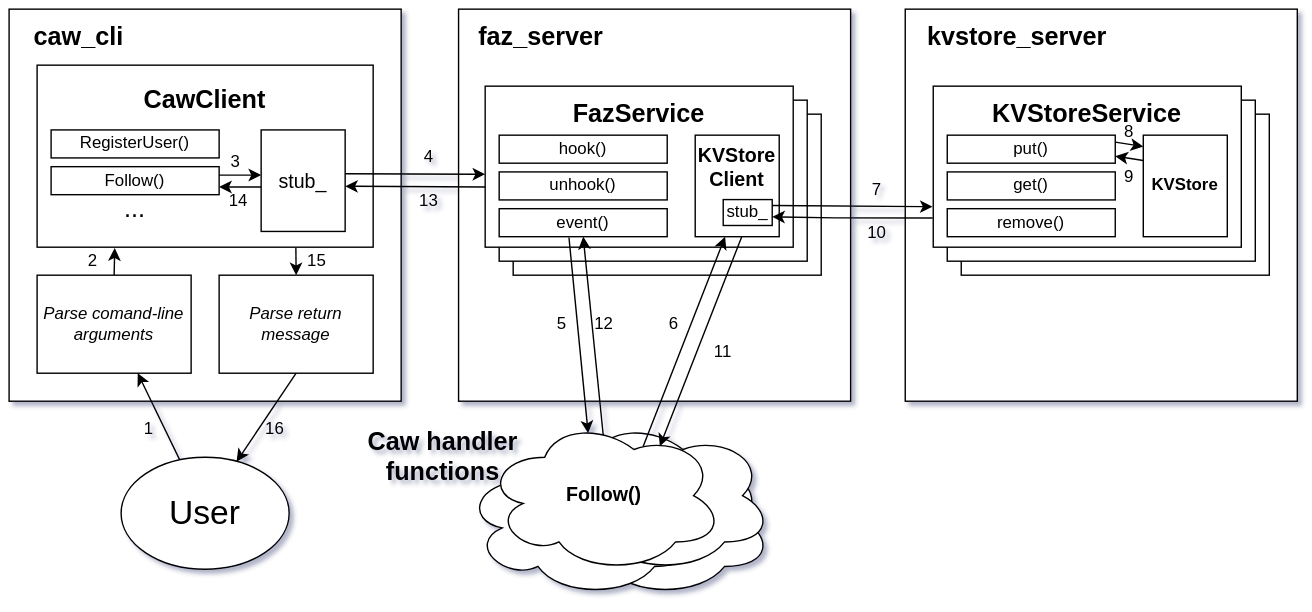
Earlier version of the draw.io export images/arch_and_workflow.svg (JanzenLiu/csci499_chengtsu). Source tidied: cells renumbered, new cells last; positions are measured from the earlier drawing's top-left corner, leaving out a move shared by most shapes.
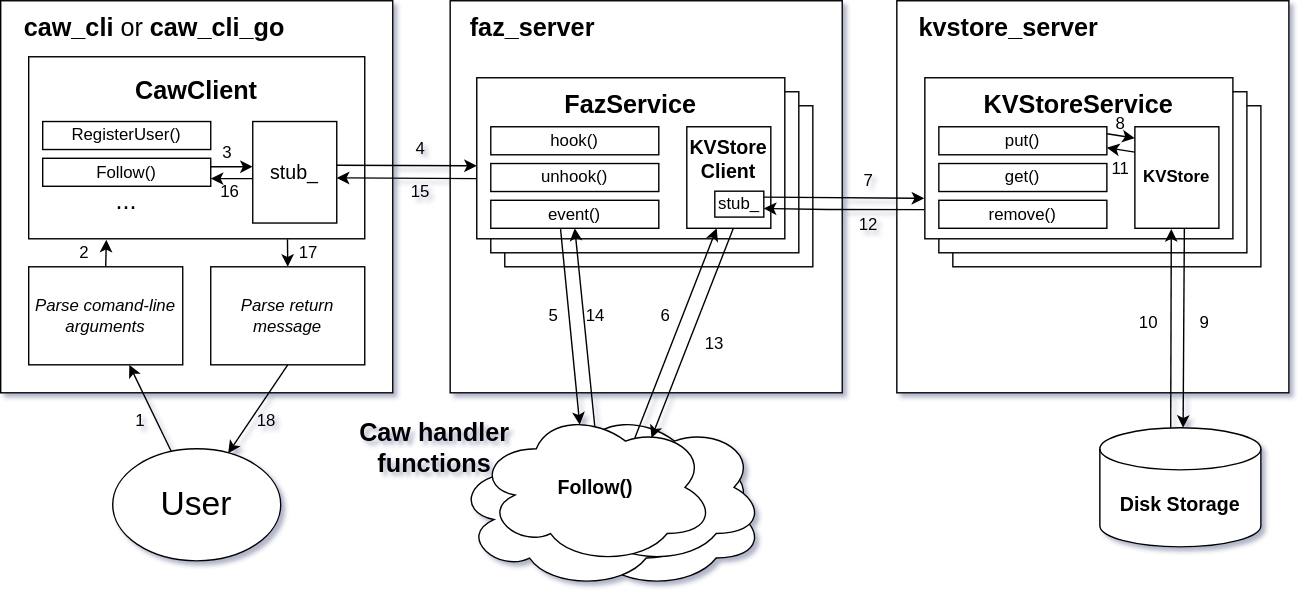
After the commit.

Diff of the diagram source:
```diff
@@ -17,8 +17,8 @@
     <mxCell id="6" style="rounded=0;whiteSpace=wrap;html=1;" parent="1" vertex="1">
       <mxGeometry x="20" y="40" width="240" height="130" as="geometry" />
     </mxCell>
-    <mxCell id="7" value="&lt;font style=&quot;font-size: 18px&quot;&gt;&lt;b&gt;caw_cli&lt;/b&gt;&lt;/font&gt;" style="text;html=1;strokeColor=none;fillColor=none;align=center;verticalAlign=middle;whiteSpace=wrap;rounded=0;" parent="1" vertex="1">
-      <mxGeometry x="20" y="10" width="60" height="20" as="geometry" />
+    <mxCell id="7" value="&lt;font style=&quot;font-size: 18px&quot;&gt;&lt;b&gt;caw_cli &lt;/b&gt;or&lt;b&gt; caw_cli_go&lt;/b&gt;&lt;/font&gt;" style="text;html=1;strokeColor=none;fillColor=none;align=center;verticalAlign=middle;whiteSpace=wrap;rounded=0;" parent="1" vertex="1">
+      <mxGeometry x="10" y="10" width="200" height="20" as="geometry" />
     </mxCell>
     <mxCell id="8" value="&lt;font style=&quot;font-size: 14px&quot;&gt;stub_&lt;/font&gt;" style="rounded=0;whiteSpace=wrap;html=1;" parent="1" vertex="1">
       <mxGeometry x="180" y="86.2" width="60" height="72.5" as="geometry" />
@@ -92,6 +92,14 @@
     <mxCell id="30" style="edgeStyle=none;rounded=0;jettySize=auto;html=1;entryX=1;entryY=0.75;entryDx=0;entryDy=0;exitX=0;exitY=0.25;exitDx=0;exitDy=0;" parent="1" edge="1" source="31" target="34">
       <mxGeometry relative="1" as="geometry" />
     </mxCell>
+    <mxCell id="73" style="rounded=0;jettySize=auto;html=1;exitX=0.589;exitY=1.005;exitDx=0;exitDy=0;exitPerimeter=0;entryX=0.517;entryY=0;entryDx=0;entryDy=0;entryPerimeter=0;" parent="1" edge="1" source="31" target="75">
+      <mxGeometry relative="1" as="geometry" />
+    </mxCell>
+    <mxCell id="74" style="edgeStyle=none;rounded=0;jettySize=auto;html=1;entryX=0.44;entryY=-0.001;entryDx=0;entryDy=0;entryPerimeter=0;startArrow=classic;startFill=1;endArrow=none;endFill=0;" parent="1" edge="1" target="75">
+      <mxGeometry relative="1" as="geometry">
+        <mxPoint x="836" y="163" as="sourcePoint" />
+      </mxGeometry>
+    </mxCell>
     <mxCell id="31" value="&lt;b&gt;KVStore&lt;/b&gt;" style="rounded=0;whiteSpace=wrap;html=1;" parent="1" vertex="1">
       <mxGeometry x="810" y="90" width="60" height="72.5" as="geometry" />
     </mxCell>
@@ -213,28 +221,28 @@
     <mxCell id="62" value="8" style="text;html=1;strokeColor=none;fillColor=none;align=center;verticalAlign=middle;whiteSpace=wrap;rounded=0;" parent="1" vertex="1">
       <mxGeometry x="780" y="78.2" width="40" height="20" as="geometry" />
     </mxCell>
-    <mxCell id="63" value="9" style="text;html=1;strokeColor=none;fillColor=none;align=center;verticalAlign=middle;whiteSpace=wrap;rounded=0;" parent="1" vertex="1">
+    <mxCell id="63" value="11" style="text;html=1;strokeColor=none;fillColor=none;align=center;verticalAlign=middle;whiteSpace=wrap;rounded=0;" parent="1" vertex="1">
       <mxGeometry x="780" y="110" width="40" height="20" as="geometry" />
     </mxCell>
-    <mxCell id="64" value="10" style="text;html=1;strokeColor=none;fillColor=none;align=center;verticalAlign=middle;whiteSpace=wrap;rounded=0;" parent="1" vertex="1">
+    <mxCell id="64" value="12" style="text;html=1;strokeColor=none;fillColor=none;align=center;verticalAlign=middle;whiteSpace=wrap;rounded=0;" parent="1" vertex="1">
       <mxGeometry x="600" y="150" width="40" height="20" as="geometry" />
     </mxCell>
-    <mxCell id="65" value="11" style="text;html=1;strokeColor=none;fillColor=none;align=center;verticalAlign=middle;whiteSpace=wrap;rounded=0;" parent="1" vertex="1">
+    <mxCell id="65" value="13" style="text;html=1;strokeColor=none;fillColor=none;align=center;verticalAlign=middle;whiteSpace=wrap;rounded=0;" parent="1" vertex="1">
       <mxGeometry x="490" y="235" width="40" height="20" as="geometry" />
     </mxCell>
-    <mxCell id="66" value="12" style="text;html=1;strokeColor=none;fillColor=none;align=center;verticalAlign=middle;whiteSpace=wrap;rounded=0;" parent="1" vertex="1">
+    <mxCell id="66" value="14" style="text;html=1;strokeColor=none;fillColor=none;align=center;verticalAlign=middle;whiteSpace=wrap;rounded=0;" parent="1" vertex="1">
       <mxGeometry x="405" y="215" width="40" height="20" as="geometry" />
     </mxCell>
-    <mxCell id="67" value="13" style="text;html=1;strokeColor=none;fillColor=none;align=center;verticalAlign=middle;whiteSpace=wrap;rounded=0;" parent="1" vertex="1">
+    <mxCell id="67" value="15" style="text;html=1;strokeColor=none;fillColor=none;align=center;verticalAlign=middle;whiteSpace=wrap;rounded=0;" parent="1" vertex="1">
       <mxGeometry x="280" y="127" width="40" height="20" as="geometry" />
     </mxCell>
-    <mxCell id="68" value="14" style="text;html=1;strokeColor=none;fillColor=none;align=center;verticalAlign=middle;whiteSpace=wrap;rounded=0;" parent="1" vertex="1">
+    <mxCell id="68" value="16" style="text;html=1;strokeColor=none;fillColor=none;align=center;verticalAlign=middle;whiteSpace=wrap;rounded=0;" parent="1" vertex="1">
       <mxGeometry x="144" y="127" width="40" height="20" as="geometry" />
     </mxCell>
-    <mxCell id="69" value="15" style="text;html=1;strokeColor=none;fillColor=none;align=center;verticalAlign=middle;whiteSpace=wrap;rounded=0;" parent="1" vertex="1">
+    <mxCell id="69" value="17" style="text;html=1;strokeColor=none;fillColor=none;align=center;verticalAlign=middle;whiteSpace=wrap;rounded=0;" parent="1" vertex="1">
       <mxGeometry x="200" y="170" width="40" height="20" as="geometry" />
     </mxCell>
-    <mxCell id="70" value="16" style="text;html=1;strokeColor=none;fillColor=none;align=center;verticalAlign=middle;whiteSpace=wrap;rounded=0;" parent="1" vertex="1">
+    <mxCell id="70" value="18" style="text;html=1;strokeColor=none;fillColor=none;align=center;verticalAlign=middle;whiteSpace=wrap;rounded=0;" parent="1" vertex="1">
       <mxGeometry x="170" y="290" width="40" height="20" as="geometry" />
     </mxCell>
     <mxCell id="71" style="edgeStyle=none;rounded=0;orthogonalLoop=1;jettySize=auto;html=1;exitX=0.75;exitY=0;exitDx=0;exitDy=0;startArrow=none;startFill=0;" parent="1" edge="1" source="49" target="49">
@@ -243,5 +251,14 @@
     <mxCell id="72" value="&lt;font style=&quot;font-size: 18px&quot;&gt;&lt;b&gt;Caw handler functions&lt;/b&gt;&lt;/font&gt;" style="text;html=1;strokeColor=none;fillColor=none;align=center;verticalAlign=middle;whiteSpace=wrap;rounded=0;" parent="1" vertex="1">
       <mxGeometry x="250" y="310" width="120" height="20" as="geometry" />
     </mxCell>
+    <mxCell id="75" value="&lt;font style=&quot;font-size: 14px&quot;&gt;&lt;b&gt;Disk Storage&lt;/b&gt;&lt;/font&gt;" style="shape=cylinder3;whiteSpace=wrap;html=1;boundedLbl=1;backgroundOutline=1;size=15;" parent="1" vertex="1">
+      <mxGeometry x="785" y="305" width="115" height="85" as="geometry" />
+    </mxCell>
+    <mxCell id="76" value="9" style="text;html=1;strokeColor=none;fillColor=none;align=center;verticalAlign=middle;whiteSpace=wrap;rounded=0;" parent="1" vertex="1">
+      <mxGeometry x="840" y="220" width="40" height="20" as="geometry" />
+    </mxCell>
+    <mxCell id="77" value="10" style="text;html=1;strokeColor=none;fillColor=none;align=center;verticalAlign=middle;whiteSpace=wrap;rounded=0;" parent="1" vertex="1">
+      <mxGeometry x="800" y="220" width="40" height="20" as="geometry" />
+    </mxCell>
   </root>
 </mxGraphModel>
```
